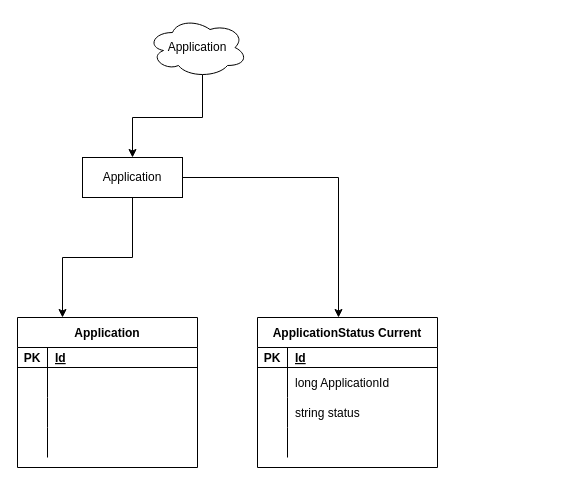
The draw.io diagram DevServicesStatusUpdate.drawio in mattwatts36/drawings, before the edit. Source tidied: cells renumbered, new cells numbered last; positions are measured from the earlier drawing's top-left corner, leaving out a move shared by most shapes. Both pictures are drawn from the tidied source at 100%, with x=0, y=0 at pixel (17, 17).
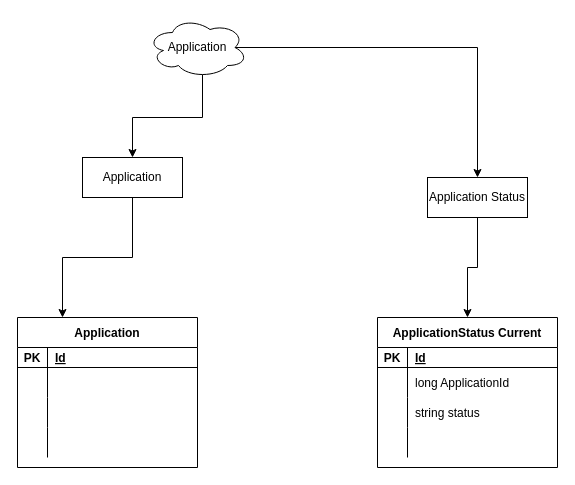
After the change.

Unchanged cells that the change refers to:
```xml
<mxCell id="16" value="Application" style="ellipse;shape=cloud;whiteSpace=wrap;html=1;align=center;" parent="1" vertex="1">
  <mxGeometry x="130" width="100" height="60" as="geometry" />
</mxCell>
<mxCell id="19" value="Application" style="whiteSpace=wrap;html=1;align=center;" parent="1" vertex="1">
  <mxGeometry x="65" y="140" width="100" height="40" as="geometry" />
</mxCell>
```

What changed in the source:
```diff
@@
     <mxCell id="2" value="ApplicationStatus Current" style="shape=table;startSize=30;childLayout=tableLayout;rowLines=0;fontStyle=1;align=center;" parent="1" vertex="1">
-      <mxGeometry x="240" y="300" width="180" height="150" as="geometry" />
+      <mxGeometry x="360" y="300" width="180" height="150" as="geometry" />
     </mxCell>
@@
+    <mxCell id="33" style="edgeStyle=orthogonalEdgeStyle;rounded=0;jettySize=auto;html=1;exitX=0.875;exitY=0.5;exitDx=0;exitDy=0;exitPerimeter=0;entryX=0.5;entryY=0;entryDx=0;entryDy=0;" parent="1" edge="1" source="16" target="35">
+      <mxGeometry relative="1" as="geometry" />
+    </mxCell>
@@
-    <mxCell id="18" style="edgeStyle=orthogonalEdgeStyle;rounded=0;jettySize=auto;html=1;exitX=1;exitY=0.5;exitDx=0;exitDy=0;entryX=0.45;entryY=0;entryDx=0;entryDy=0;entryPerimeter=0;" parent="1" edge="1" source="19" target="2">
-      <mxGeometry relative="1" as="geometry" />
-    </mxCell>
@@
+    <mxCell id="34" style="edgeStyle=orthogonalEdgeStyle;rounded=0;jettySize=auto;html=1;exitX=0.5;exitY=1;exitDx=0;exitDy=0;" parent="1" edge="1" source="35" target="2">
+      <mxGeometry relative="1" as="geometry" />
+    </mxCell>
+    <mxCell id="35" value="Application Status" style="whiteSpace=wrap;html=1;align=center;" parent="1" vertex="1">
+      <mxGeometry x="410" y="160" width="100" height="40" as="geometry" />
+    </mxCell>
```
